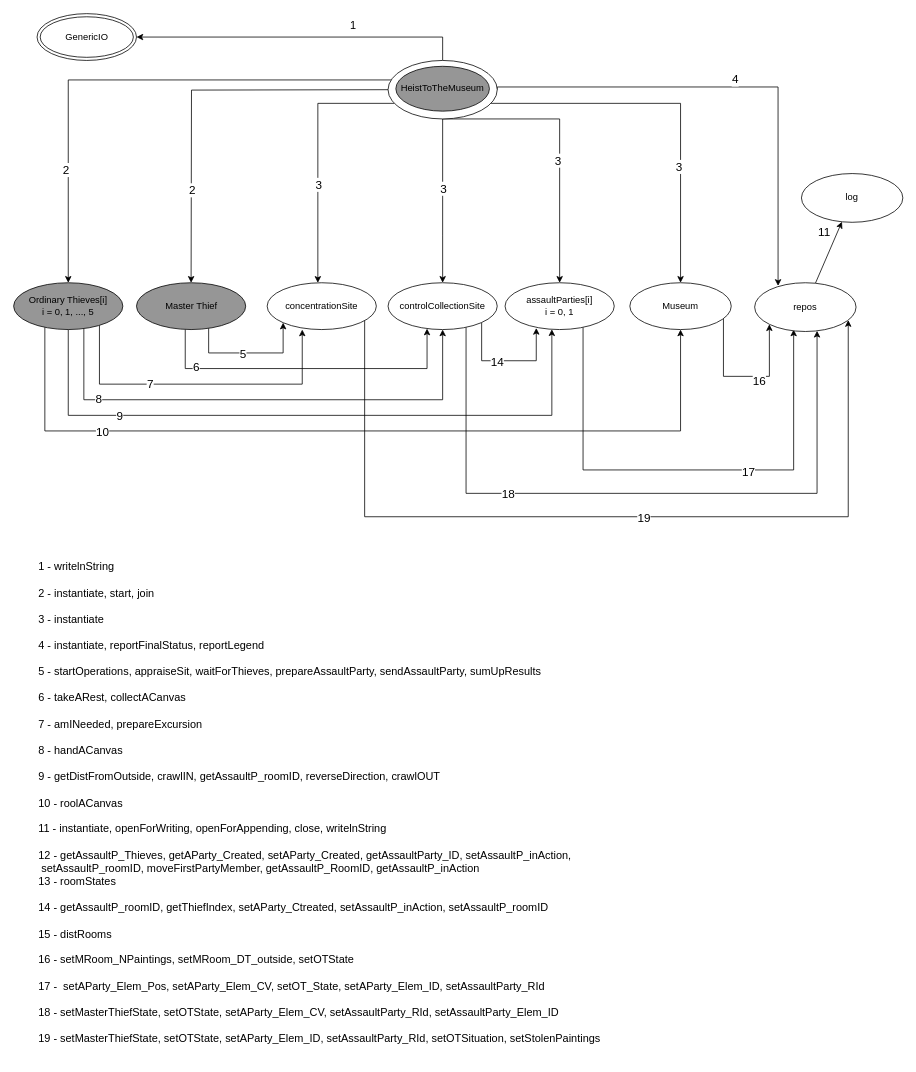
Before: assignment1/interactionDiagram.drawio in CF2001/Distributed-Systems, a draw.io diagram. Source tidied: cells renumbered, new cells numbered last; positions are measured from the earlier drawing's top-left corner, leaving out a move shared by most shapes. Both pictures are drawn from the tidied source at 78%, with x=0, y=0 at pixel (13, 13).
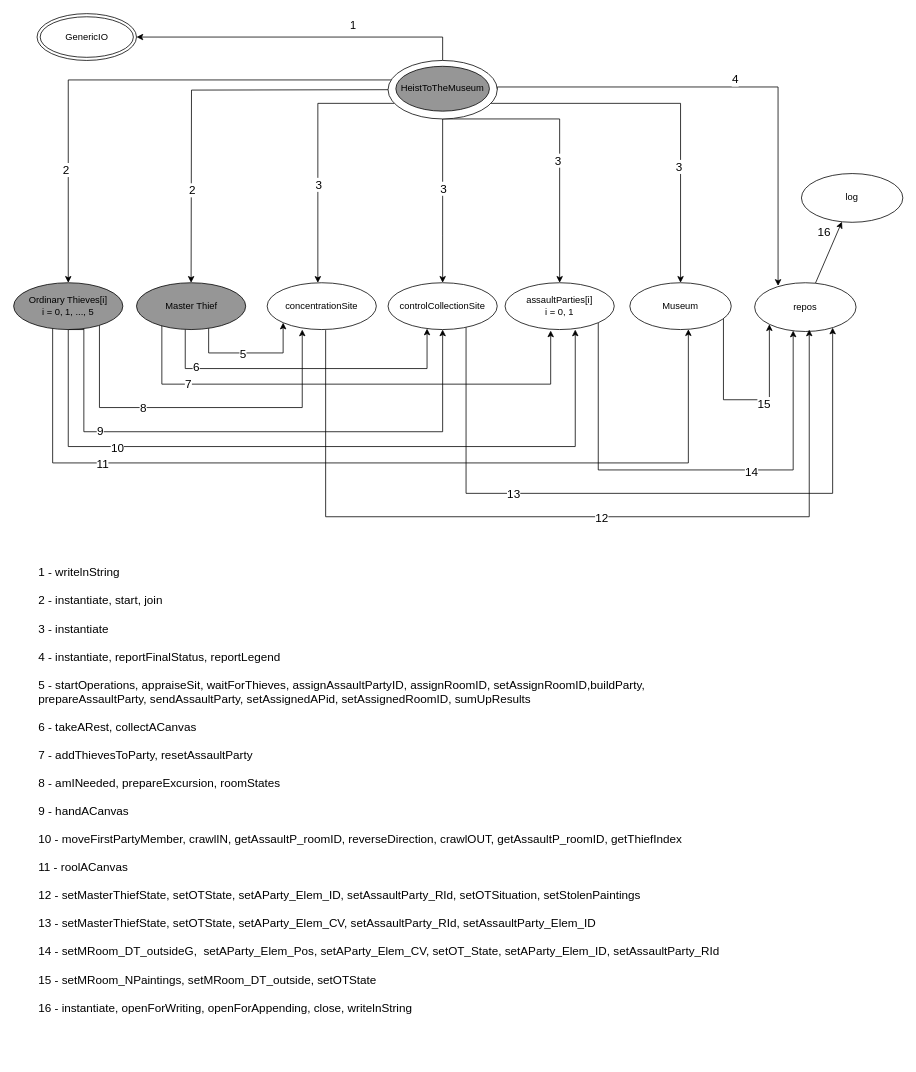
Above is the later version.

Commit message (it also covers changes not shown here):
update diagram assignment1

Unchanged cells that the change refers to:
```xml
<mxCell id="21" value="Museum" style="ellipse;whiteSpace=wrap;html=1;shadow=0;labelBackgroundColor=none;fillStyle=auto;fontFamily=Helvetica;fontSize=12;gradientDirection=north;" parent="1" vertex="1">
  <mxGeometry x="790" y="345" width="130" height="60" as="geometry" />
</mxCell>
<mxCell id="24" value="assaultParties[i]&lt;br&gt;i = 0, 1" style="ellipse;whiteSpace=wrap;html=1;shadow=0;labelBackgroundColor=none;fillStyle=auto;fontFamily=Helvetica;fontSize=12;gradientDirection=north;" parent="1" vertex="1">
  <mxGeometry x="630" y="345" width="140" height="60" as="geometry" />
</mxCell>
<mxCell id="29" value="&lt;div&gt;controlCollectionSite&lt;/div&gt;" style="ellipse;whiteSpace=wrap;html=1;shadow=0;labelBackgroundColor=none;fillStyle=auto;fontFamily=Helvetica;fontSize=12;gradientDirection=north;" parent="1" vertex="1">
  <mxGeometry x="480" y="345" width="140" height="60" as="geometry" />
</mxCell>
<mxCell id="33" style="edgeStyle=none;shape=connector;rounded=0;jettySize=auto;html=1;labelBackgroundColor=default;strokeColor=default;fontFamily=Helvetica;fontSize=11;fontColor=default;endArrow=classic;" parent="1" edge="1" source="35" target="55">
  <mxGeometry relative="1" as="geometry" />
</mxCell>
<mxCell id="35" value="repos" style="ellipse;whiteSpace=wrap;html=1;shadow=0;labelBackgroundColor=none;fillStyle=auto;fontFamily=Helvetica;fontSize=12;gradientDirection=north;" parent="1" vertex="1">
  <mxGeometry x="950" y="345" width="130" height="62.5" as="geometry" />
</mxCell>
<mxCell id="40" value="concentrationSite" style="ellipse;whiteSpace=wrap;html=1;shadow=0;labelBackgroundColor=none;fillStyle=auto;fontFamily=Helvetica;fontSize=12;gradientDirection=north;" parent="1" vertex="1">
  <mxGeometry x="325" y="345" width="140" height="60" as="geometry" />
</mxCell>
<mxCell id="54" value="Ordinary Thieves[i]&lt;br&gt;i = 0, 1, ..., 5" style="ellipse;whiteSpace=wrap;html=1;shadow=0;labelBackgroundColor=none;fillStyle=auto;strokeColor=default;fontFamily=Helvetica;fontSize=12;fontColor=default;fillColor=#969696;gradientColor=none;gradientDirection=north;" parent="1" vertex="1">
  <mxGeometry y="345" width="140" height="60" as="geometry" />
</mxCell>
```

Diff of the diagram source:
```diff
@@
     <mxCell id="19" style="edgeStyle=orthogonalEdgeStyle;shape=connector;rounded=0;jettySize=auto;html=1;entryX=0;entryY=1;entryDx=0;entryDy=0;labelBackgroundColor=default;strokeColor=default;fontFamily=Helvetica;fontSize=11;fontColor=default;endArrow=classic;" parent="1" edge="1" source="21" target="35">
       <mxGeometry relative="1" as="geometry">
         <Array as="points">
-          <mxPoint x="910" y="465" />
-          <mxPoint x="969" y="465" />
+          <mxPoint x="910" y="495" />
+          <mxPoint x="968" y="495" />
         </Array>
       </mxGeometry>
     </mxCell>
-    <mxCell id="20" value="16" style="edgeLabel;html=1;align=center;verticalAlign=middle;fontSize=15;fontFamily=Helvetica;fontColor=default;" parent="19" vertex="1">
+    <mxCell id="20" value="15" style="edgeLabel;html=1;align=center;verticalAlign=middle;fontSize=15;fontFamily=Helvetica;fontColor=default;" parent="19" vertex="1">
       <mxGeometry x="0.2" y="-4" relative="1" as="geometry" />
     </mxCell>
@@
-    <mxCell id="22" style="edgeStyle=orthogonalEdgeStyle;shape=connector;rounded=0;jettySize=auto;html=1;labelBackgroundColor=default;strokeColor=default;fontFamily=Helvetica;fontSize=11;fontColor=default;endArrow=classic;" parent="1" edge="1" source="24">
+    <mxCell id="22" style="edgeStyle=orthogonalEdgeStyle;shape=connector;rounded=0;jettySize=auto;html=1;labelBackgroundColor=default;strokeColor=default;fontFamily=Helvetica;fontSize=11;fontColor=default;endArrow=classic;exitX=1;exitY=1;exitDx=0;exitDy=0;entryX=0.38;entryY=0.981;entryDx=0;entryDy=0;entryPerimeter=0;" parent="1" edge="1" source="24" target="35">
       <mxGeometry relative="1" as="geometry">
-        <mxPoint x="1000" y="405" as="targetPoint" />
         <Array as="points">
-          <mxPoint x="730" y="585" />
+          <mxPoint x="750" y="585" />
           <mxPoint x="1000" y="585" />
-          <mxPoint x="1000" y="408" />
         </Array>
       </mxGeometry>
     </mxCell>
-    <mxCell id="23" value="17" style="edgeLabel;html=1;align=center;verticalAlign=middle;fontSize=15;fontFamily=Helvetica;fontColor=default;" parent="22" vertex="1">
+    <mxCell id="23" value="14" style="edgeLabel;html=1;align=center;verticalAlign=middle;fontSize=15;fontFamily=Helvetica;fontColor=default;" parent="22" vertex="1">
       <mxGeometry x="0.23" y="-1" relative="1" as="geometry">
         <mxPoint x="5" as="offset" />
       </mxGeometry>
     </mxCell>
@@
-    <mxCell id="25" style="edgeStyle=orthogonalEdgeStyle;shape=connector;rounded=0;jettySize=auto;html=1;entryX=0.286;entryY=0.967;entryDx=0;entryDy=0;entryPerimeter=0;labelBackgroundColor=default;strokeColor=default;fontFamily=Helvetica;fontSize=11;fontColor=default;endArrow=classic;" parent="1" edge="1" source="29" target="24">
-      <mxGeometry relative="1" as="geometry">
-        <Array as="points">
-          <mxPoint x="600" y="445" />
-          <mxPoint x="670" y="445" />
-        </Array>
-      </mxGeometry>
-    </mxCell>
-    <mxCell id="26" value="14" style="edgeLabel;html=1;align=center;verticalAlign=middle;fontSize=15;fontFamily=Helvetica;fontColor=default;" parent="25" vertex="1">
-      <mxGeometry x="0.06" relative="1" as="geometry">
-        <mxPoint x="-16" as="offset" />
-      </mxGeometry>
-    </mxCell>
     <mxCell id="27" style="edgeStyle=orthogonalEdgeStyle;shape=connector;rounded=0;jettySize=auto;html=1;labelBackgroundColor=default;strokeColor=default;fontFamily=Helvetica;fontSize=11;fontColor=default;endArrow=classic;" parent="1" edge="1" source="29" target="35">
       <mxGeometry relative="1" as="geometry">
         <Array as="points">
           <mxPoint x="580" y="615" />
-          <mxPoint x="1030" y="615" />
+          <mxPoint x="1050" y="615" />
         </Array>
       </mxGeometry>
     </mxCell>
-    <mxCell id="28" value="18" style="edgeLabel;html=1;align=center;verticalAlign=middle;fontSize=15;fontFamily=Helvetica;fontColor=default;" parent="27" vertex="1">
+    <mxCell id="28" value="13" style="edgeLabel;html=1;align=center;verticalAlign=middle;fontSize=15;fontFamily=Helvetica;fontColor=default;" parent="27" vertex="1">
       <mxGeometry x="-0.39" y="-4" relative="1" as="geometry">
         <mxPoint y="-4" as="offset" />
       </mxGeometry>
     </mxCell>
@@
-    <mxCell id="32" value="&lt;span style=&quot;font-size: 14px; font-weight: 400;&quot;&gt;1 - writelnString&lt;br&gt;&lt;br&gt;2 - instantiate, start, join&lt;br&gt;&lt;br&gt;3 - instantiate&lt;br&gt;&lt;br&gt;4 - instantiate, reportFinalStatus, reportLegend&lt;br&gt;&lt;br&gt;5 - startOperations, appraiseSit, waitForThieves, prepareAssaultParty, sendAssaultParty, sumUpResults&lt;br&gt;&lt;br&gt;6 - takeARest, collectACanvas&lt;br&gt;&lt;br&gt;7 - amINeeded, prepareExcursion&lt;br&gt;&lt;br&gt;8 - handACanvas&lt;br&gt;&lt;br&gt;9 - getDistFromOutside, crawlIN, getAssaultP_roomID, reverseDirection, crawlOUT&amp;nbsp;&lt;br&gt;&lt;br&gt;10 - roolACanvas&lt;br&gt;&lt;br&gt;11 - instantiate, openForWriting, openForAppending, close, writelnString&lt;br&gt;&lt;br&gt;12 - getAssaultP_Thieves, getAParty_Created, setAParty_Created, getAssaultParty_ID, setAssaultP_inAction,&amp;nbsp;&lt;br&gt;&lt;span style=&quot;white-space: pre;&quot;&gt; &lt;/span&gt;setAssaultP_roomID, moveFirstPartyMember, getAssaultP_RoomID, getAssaultP_inAction&lt;br&gt;13 - roomStates&lt;br&gt;&lt;br&gt;14 - getAssaultP_roomID, getThiefIndex, setAParty_Ctreated, setAssaultP_inAction, setAssaultP_roomID&lt;br&gt;&lt;br&gt;15 - distRooms&lt;br&gt;&lt;br&gt;16 - setMRoom_NPaintings, setMRoom_DT_outside, setOTState&lt;br&gt;&lt;br&gt;17 -&amp;nbsp; setAParty_Elem_Pos, setAParty_Elem_CV, setOT_State, setAParty_Elem_ID, setAssaultParty_RId&lt;br&gt;&lt;br&gt;18 - setMasterThiefState, setOTState, setAParty_Elem_CV, setAssaultParty_RId, setAssaultParty_Elem_ID&lt;br&gt;&lt;br&gt;19 - setMasterThiefState, setOTState, setAParty_Elem_ID, setAssaultParty_RId, setOTSituation, setStolenPaintings&amp;nbsp;&lt;br&gt;&lt;br&gt;&lt;/span&gt;" style="text;strokeColor=none;fillColor=none;html=1;fontSize=11;fontStyle=1;verticalAlign=middle;align=left;fontFamily=Helvetica;fontColor=default;" parent="1" vertex="1">
-      <mxGeometry x="30" y="705" width="920" height="630" as="geometry" />
+    <mxCell id="32" value="&lt;font style=&quot;font-size: 15px;&quot;&gt;&lt;font style=&quot;font-weight: normal; font-size: 15px;&quot;&gt;1 - writelnString&lt;br&gt;&lt;/font&gt;&lt;br&gt;&lt;span style=&quot;font-weight: 400;&quot;&gt;2 - instantiate, start, join&lt;/span&gt;&lt;br&gt;&lt;br&gt;&lt;span style=&quot;font-weight: 400;&quot;&gt;3 - instantiate&lt;/span&gt;&lt;br&gt;&lt;br&gt;&lt;span style=&quot;font-weight: 400;&quot;&gt;4 - instantiate, reportFinalStatus, reportLegend&lt;/span&gt;&lt;br&gt;&lt;br&gt;&lt;span style=&quot;font-weight: 400;&quot;&gt;5 - startOperations, appraiseSit, waitForThieves, assignAssaultPartyID, assignRoomID, setAssignRoomID,buildParty,&amp;nbsp;&lt;/span&gt;&lt;br&gt;&lt;span style=&quot;font-weight: 400;&quot;&gt;prepareAssaultParty, sendAssaultParty, setAssignedAPid, setAssignedRoomID, sumUpResults&lt;/span&gt;&lt;br&gt;&lt;br&gt;&lt;span style=&quot;font-weight: 400;&quot;&gt;6 - takeARest, collectACanvas&lt;/span&gt;&lt;br&gt;&lt;br style=&quot;&quot;&gt;&lt;span style=&quot;font-weight: normal;&quot;&gt;&lt;font style=&quot;font-size: 15px;&quot;&gt;7 - addThievesToParty, resetAssaultParty&lt;/font&gt;&lt;br style=&quot;&quot;&gt;&lt;/span&gt;&lt;br&gt;&lt;span style=&quot;font-weight: 400;&quot;&gt;8 - amINeeded, prepareExcursion, roomStates&amp;nbsp;&lt;/span&gt;&lt;br&gt;&lt;br&gt;&lt;span style=&quot;font-weight: 400;&quot;&gt;9 - handACanvas&lt;/span&gt;&lt;br&gt;&lt;br&gt;&lt;span style=&quot;font-weight: 400;&quot;&gt;10 - moveFirstPartyMember, crawlIN, getAssaultP_roomID, reverseDirection, crawlOUT, getAssaultP_roomID, getThiefIndex&lt;/span&gt;&lt;br&gt;&lt;br&gt;&lt;span style=&quot;font-weight: 400;&quot;&gt;11 - roolACanvas&lt;/span&gt;&lt;br&gt;&lt;br&gt;&lt;font style=&quot;font-weight: normal; font-size: 15px;&quot;&gt;12 - setMasterThiefState, setOTState, setAParty_Elem_ID, setAssaultParty_RId, setOTSituation, setStolenPaintings&lt;/font&gt;&amp;nbsp;&lt;br&gt;&lt;br&gt;&lt;font style=&quot;font-weight: normal; font-size: 15px;&quot;&gt;13 - setMasterThiefState, setOTState, setAParty_Elem_CV, setAssaultParty_RId, setAssaultParty_Elem_ID&lt;br&gt;&lt;br&gt;&lt;font style=&quot;border-color: var(--border-color); font-size: 15px;&quot;&gt;14 -&amp;nbsp;setMRoom_DT_outsideG&lt;/font&gt;,&amp;nbsp;&amp;nbsp;&lt;span style=&quot;border-color: var(--border-color);&quot;&gt;setAParty_Elem_Pos, setAParty_Elem_CV, setOT_State, setAParty_Elem_ID, setAssaultParty_RId&lt;/span&gt;&lt;br&gt;&lt;/font&gt;&lt;br&gt;&lt;font style=&quot;font-weight: normal; font-size: 15px;&quot;&gt;15 - setMRoom_NPaintings, setMRoom_DT_outside, setOTState&lt;br&gt;&lt;/font&gt;&lt;br&gt;&lt;span style=&quot;font-weight: 400;&quot;&gt;16 - instantiate, openForWriting, openForAppending, close, writelnString&lt;/span&gt;&lt;/font&gt;" style="text;strokeColor=none;fillColor=none;html=1;fontSize=11;fontStyle=1;verticalAlign=middle;align=left;fontFamily=Helvetica;fontColor=default;" parent="1" vertex="1">
+      <mxGeometry x="30" y="705" width="920" height="580" as="geometry" />
     </mxCell>
@@
-    <mxCell id="34" value="11" style="edgeLabel;html=1;align=center;verticalAlign=middle;fontSize=15;fontFamily=Helvetica;fontColor=default;" parent="33" vertex="1">
+    <mxCell id="34" value="16" style="edgeLabel;html=1;align=center;verticalAlign=middle;fontSize=15;fontFamily=Helvetica;fontColor=default;" parent="33" vertex="1">
       <mxGeometry x="0.38" y="-2" relative="1" as="geometry">
         <mxPoint x="-15" y="-13" as="offset" />
       </mxGeometry>
     </mxCell>
@@
-    <mxCell id="38" style="edgeStyle=orthogonalEdgeStyle;shape=connector;rounded=0;jettySize=auto;html=1;labelBackgroundColor=default;strokeColor=default;fontFamily=Helvetica;fontSize=11;fontColor=default;endArrow=classic;" parent="1" edge="1" source="40" target="35">
+    <mxCell id="38" style="edgeStyle=orthogonalEdgeStyle;shape=connector;rounded=0;orthogonalLoop=1;jettySize=auto;html=1;labelBackgroundColor=default;strokeColor=default;fontFamily=Helvetica;fontSize=11;fontColor=default;endArrow=classic;" parent="1" edge="1">
       <mxGeometry relative="1" as="geometry">
+        <mxPoint x="400" y="405.7" as="sourcePoint" />
+        <mxPoint x="1020" y="405" as="targetPoint" />
         <Array as="points">
-          <mxPoint x="450" y="645" />
-          <mxPoint x="1070" y="645" />
+          <mxPoint x="400" y="645" />
+          <mxPoint x="1020" y="645" />
         </Array>
       </mxGeometry>
     </mxCell>
-    <mxCell id="39" value="19" style="edgeLabel;html=1;align=center;verticalAlign=middle;fontSize=15;fontFamily=Helvetica;fontColor=default;" parent="38" vertex="1">
+    <mxCell id="39" value="12" style="edgeLabel;html=1;align=center;verticalAlign=middle;fontSize=15;fontFamily=Helvetica;fontColor=default;" parent="38" vertex="1">
       <mxGeometry x="0.33" y="-4" relative="1" as="geometry">
         <mxPoint x="-138" y="-4" as="offset" />
       </mxGeometry>
     </mxCell>
@@
+    <mxCell id="56" style="edgeStyle=orthogonalEdgeStyle;rounded=0;jettySize=auto;html=1;exitX=0;exitY=1;exitDx=0;exitDy=0;entryX=0.418;entryY=1.021;entryDx=0;entryDy=0;entryPerimeter=0;" parent="1" edge="1" target="24">
+      <mxGeometry relative="1" as="geometry">
+        <mxPoint x="190" y="396.2" as="sourcePoint" />
+        <Array as="points">
+          <mxPoint x="190" y="475" />
+          <mxPoint x="689" y="475" />
+        </Array>
+      </mxGeometry>
+    </mxCell>
+    <mxCell id="57" value="&lt;font style=&quot;font-size: 15px;&quot;&gt;7&lt;/font&gt;" style="edgeLabel;html=1;align=center;verticalAlign=middle;" parent="56" vertex="1">
+      <mxGeometry x="-0.65" y="1" relative="1" as="geometry">
+        <mxPoint x="-1" as="offset" />
+      </mxGeometry>
+    </mxCell>
@@
     <mxCell id="46" style="edgeStyle=orthogonalEdgeStyle;shape=connector;rounded=0;jettySize=auto;html=1;labelBackgroundColor=default;strokeColor=default;fontFamily=Helvetica;fontSize=11;fontColor=default;endArrow=classic;" parent="1" edge="1" source="54">
       <mxGeometry relative="1" as="geometry">
         <mxPoint x="370" y="405" as="targetPoint" />
         <Array as="points">
-          <mxPoint x="110" y="475" />
-          <mxPoint x="370" y="475" />
-          <mxPoint x="370" y="405" />
+          <mxPoint x="110" y="505" />
+          <mxPoint x="370" y="505" />
         </Array>
       </mxGeometry>
     </mxCell>
-    <mxCell id="47" value="7" style="edgeLabel;html=1;align=center;verticalAlign=middle;fontSize=15;fontFamily=Helvetica;fontColor=default;" parent="46" vertex="1">
+    <mxCell id="47" value="8" style="edgeLabel;html=1;align=center;verticalAlign=middle;fontSize=15;fontFamily=Helvetica;fontColor=default;" parent="46" vertex="1">
       <mxGeometry x="-0.31" y="1" relative="1" as="geometry" />
     </mxCell>
-    <mxCell id="48" style="edgeStyle=orthogonalEdgeStyle;shape=connector;rounded=0;jettySize=auto;html=1;labelBackgroundColor=default;strokeColor=default;fontFamily=Helvetica;fontSize=11;fontColor=default;endArrow=classic;" parent="1" edge="1" source="54" target="24">
+    <mxCell id="48" style="edgeStyle=orthogonalEdgeStyle;shape=connector;rounded=0;orthogonalLoop=1;jettySize=auto;html=1;labelBackgroundColor=default;strokeColor=default;fontFamily=Helvetica;fontSize=11;fontColor=default;endArrow=classic;exitX=0.5;exitY=1;exitDx=0;exitDy=0;entryX=0.5;entryY=1;entryDx=0;entryDy=0;" parent="1" edge="1">
       <mxGeometry relative="1" as="geometry">
+        <mxPoint x="90" y="405" as="sourcePoint" />
+        <mxPoint x="720" y="405" as="targetPoint" />
         <Array as="points">
-          <mxPoint x="70" y="515" />
-          <mxPoint x="690" y="515" />
+          <mxPoint x="70" y="405" />
+          <mxPoint x="70" y="555" />
+          <mxPoint x="720" y="555" />
         </Array>
       </mxGeometry>
     </mxCell>
-    <mxCell id="49" value="9" style="edgeLabel;html=1;align=center;verticalAlign=middle;fontSize=15;fontFamily=Helvetica;fontColor=default;" parent="48" vertex="1">
+    <mxCell id="49" value="10" style="edgeLabel;html=1;align=center;verticalAlign=middle;fontSize=15;fontFamily=Helvetica;fontColor=default;" parent="48" vertex="1">
       <mxGeometry x="-0.12" y="-5" relative="1" as="geometry">
         <mxPoint x="-195" y="-5" as="offset" />
       </mxGeometry>
     </mxCell>
-    <mxCell id="50" style="edgeStyle=orthogonalEdgeStyle;shape=connector;rounded=0;jettySize=auto;html=1;labelBackgroundColor=default;strokeColor=default;fontFamily=Helvetica;fontSize=11;fontColor=default;endArrow=classic;" parent="1" edge="1" source="54">
+    <mxCell id="50" style="edgeStyle=orthogonalEdgeStyle;shape=connector;rounded=0;jettySize=auto;html=1;labelBackgroundColor=default;strokeColor=default;fontFamily=Helvetica;fontSize=11;fontColor=default;endArrow=classic;entryX=0.5;entryY=1;entryDx=0;entryDy=0;" parent="1" edge="1" source="54" target="29">
       <mxGeometry relative="1" as="geometry">
-        <mxPoint x="550" y="405" as="targetPoint" />
         <Array as="points">
-          <mxPoint x="90" y="495" />
-          <mxPoint x="550" y="495" />
-          <mxPoint x="550" y="405" />
+          <mxPoint x="90" y="536" />
+          <mxPoint x="550" y="536" />
         </Array>
       </mxGeometry>
     </mxCell>
-    <mxCell id="51" value="8" style="edgeLabel;html=1;align=center;verticalAlign=middle;fontSize=15;fontFamily=Helvetica;fontColor=default;" parent="50" vertex="1">
+    <mxCell id="51" value="9" style="edgeLabel;html=1;align=center;verticalAlign=middle;fontSize=15;fontFamily=Helvetica;fontColor=default;" parent="50" vertex="1">
       <mxGeometry x="-0.27" y="2" relative="1" as="geometry">
-        <mxPoint x="-124" as="offset" />
+        <mxPoint x="-111" as="offset" />
       </mxGeometry>
     </mxCell>
-    <mxCell id="52" style="edgeStyle=orthogonalEdgeStyle;shape=connector;rounded=0;jettySize=auto;html=1;entryX=0.5;entryY=1;entryDx=0;entryDy=0;labelBackgroundColor=default;strokeColor=default;fontFamily=Helvetica;fontSize=11;fontColor=default;endArrow=classic;" parent="1" edge="1" source="54" target="21">
+    <mxCell id="52" style="edgeStyle=orthogonalEdgeStyle;shape=connector;rounded=0;jettySize=auto;html=1;labelBackgroundColor=default;strokeColor=default;fontFamily=Helvetica;fontSize=11;fontColor=default;endArrow=classic;" parent="1" edge="1" source="54" target="21">
       <mxGeometry relative="1" as="geometry">
         <Array as="points">
-          <mxPoint x="40" y="535" />
-          <mxPoint x="855" y="535" />
+          <mxPoint x="50" y="576" />
+          <mxPoint x="865" y="576" />
         </Array>
       </mxGeometry>
     </mxCell>
-    <mxCell id="53" value="10" style="edgeLabel;html=1;align=center;verticalAlign=middle;fontSize=15;fontFamily=Helvetica;fontColor=default;" parent="52" vertex="1">
+    <mxCell id="53" value="11" style="edgeLabel;html=1;align=center;verticalAlign=middle;fontSize=15;fontFamily=Helvetica;fontColor=default;" parent="52" vertex="1">
       <mxGeometry x="-0.27" y="-2" relative="1" as="geometry">
         <mxPoint x="-187" y="-2" as="offset" />
       </mxGeometry>
     </mxCell>
```
